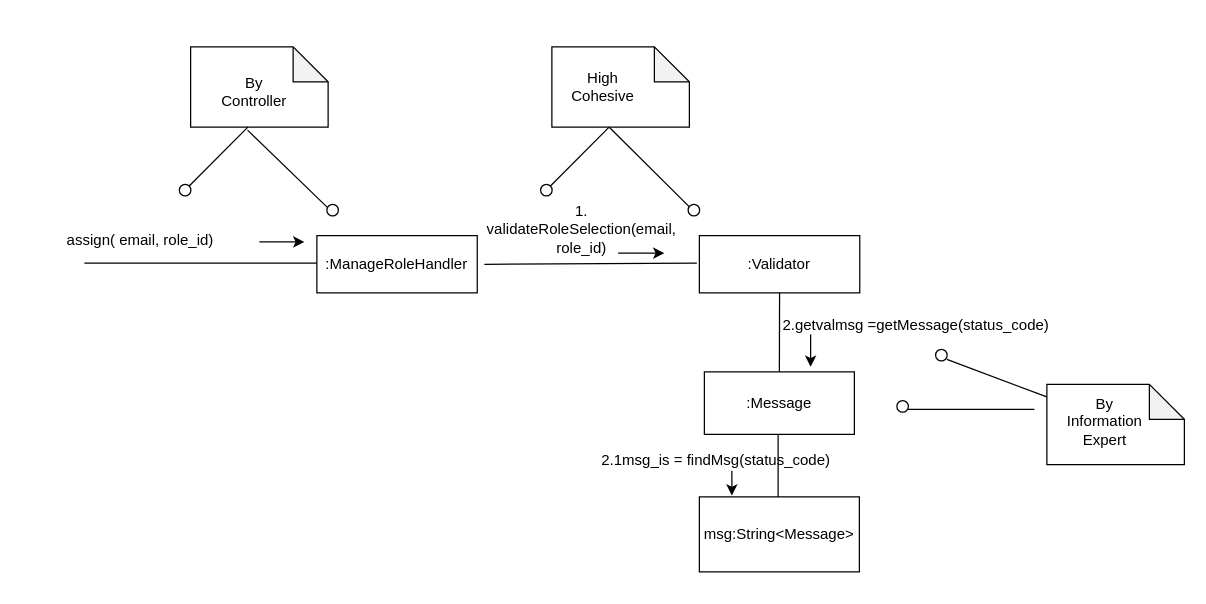
The draw.io diagram page "Page-3" (3 of 3) of operation_diagram_1.drawio in jonamadk/DrawIO, before the edit. Source tidied: cells renumbered, new cells numbered last; positions are measured from the earlier drawing's top-left corner, leaving out a move shared by most shapes. Both pictures are drawn from the tidied source at 125%, with x=0, y=0 at pixel (21, 46).
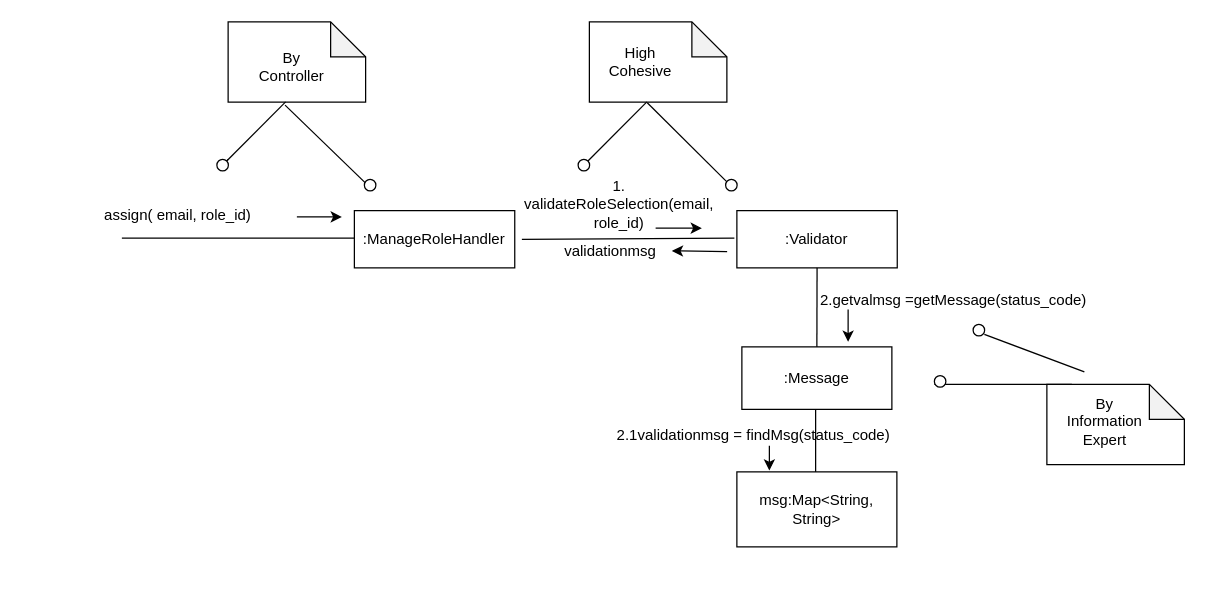
The same diagram, later.

The edit, as a diff of the source:
```diff
@@
     <mxCell id="2" style="group;rotation=0;" parent="1" vertex="1">
-      <mxGeometry width="835" height="428.3" as="geometry" />
+      <mxGeometry x="30" y="-20" width="835" height="428.3" as="geometry" />
     </mxCell>
@@
-    <mxCell id="22" value="msg:String&amp;lt;Message&amp;gt;" style="rounded=0;whiteSpace=wrap;html=1;rotation=0;" parent="2" vertex="1">
+    <mxCell id="22" value="msg:Map&amp;lt;String, String&amp;gt;" style="rounded=0;whiteSpace=wrap;html=1;rotation=0;" parent="2" vertex="1">
       <mxGeometry x="542" y="360" width="128" height="60" as="geometry" />
     </mxCell>
-    <mxCell id="23" value="2.1msg_is = findMsg(status_code)" style="text;html=1;align=center;verticalAlign=middle;strokeColor=none;fillColor=none;rotation=0;" parent="2" vertex="1">
-      <mxGeometry x="450" y="316" width="210" height="30" as="geometry" />
+    <mxCell id="23" value="2.1validationmsg = findMsg(status_code)" style="text;html=1;align=center;verticalAlign=middle;strokeColor=none;fillColor=none;rotation=0;" parent="2" vertex="1">
+      <mxGeometry x="435" y="316" width="240" height="30" as="geometry" />
     </mxCell>
@@
+    <mxCell id="42" value="validationmsg" style="text;html=1;align=center;verticalAlign=middle;whiteSpace=wrap;rounded=0;" parent="2" vertex="1">
+      <mxGeometry x="410.8" y="168.5" width="60" height="30" as="geometry" />
+    </mxCell>
+    <mxCell id="43" style="endArrow=classic;html=1;rounded=0;entryX=0.75;entryY=1;entryDx=0;entryDy=0;" parent="2" edge="1">
+      <mxGeometry relative="1" as="geometry">
+        <mxPoint x="534.2" y="183.8" as="sourcePoint" />
+        <mxPoint x="490" y="183.2" as="targetPoint" />
+      </mxGeometry>
+    </mxCell>
```
